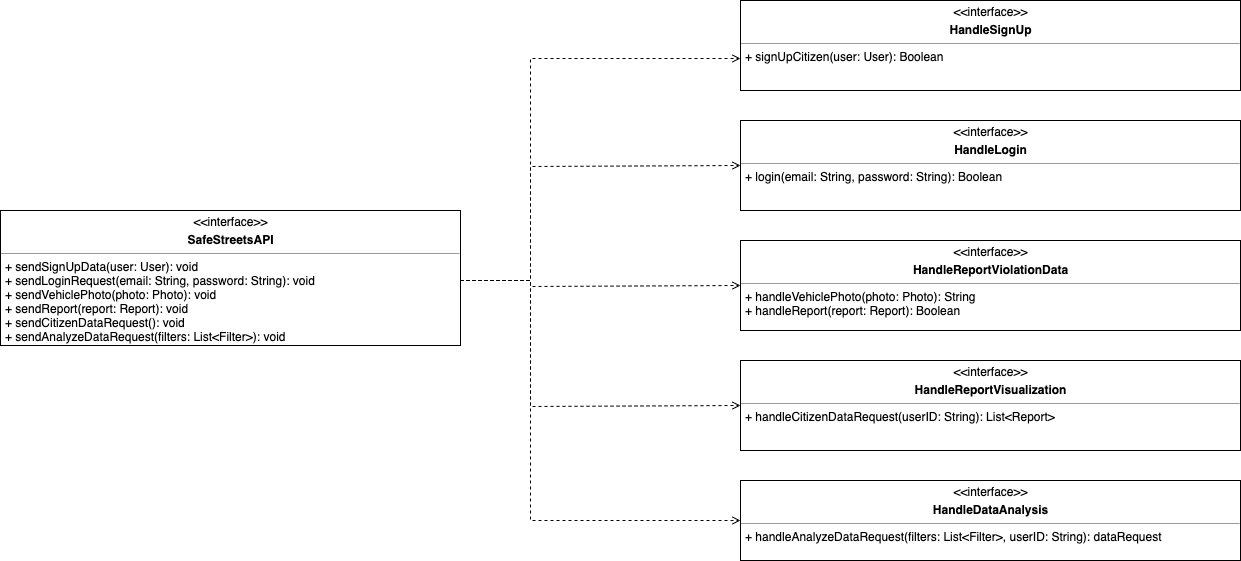
The draw.io diagram Documentation/DD/Images/CitizenComponentInterfaces.png in AndreaFalanti/FalantiHuang-SwEngineering2, before a commit. Source tidied: cells renumbered, new cells last; positions are measured from the earlier drawing's top-left corner, leaving out a move shared by most shapes.
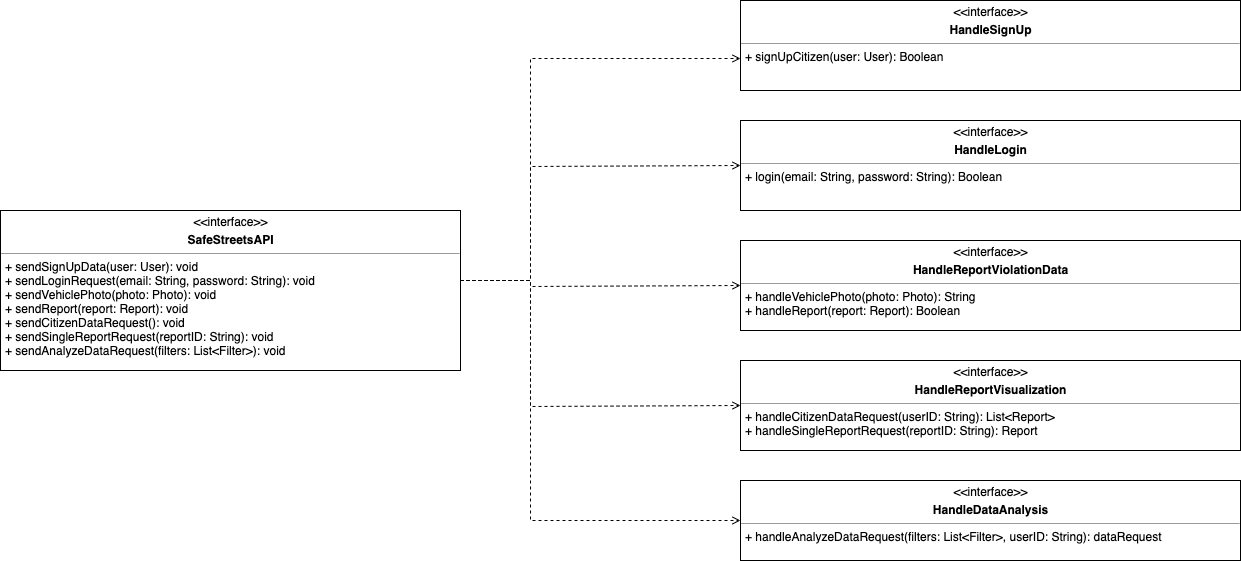
After the commit.

What changed in the source:
```diff
@@ -42,10 +42,10 @@
         </Array>
       </mxGeometry>
     </mxCell>
-    <mxCell id="7" value="&lt;p style=&quot;margin: 4px 0px 0px ; text-align: center&quot;&gt;&amp;lt;&amp;lt;interface&amp;gt;&amp;gt;&lt;/p&gt;&lt;p style=&quot;margin: 4px 0px 0px ; text-align: center&quot;&gt;&lt;b&gt;SafeStreetsAPI&lt;/b&gt;&lt;/p&gt;&lt;hr size=&quot;1&quot;&gt;&lt;p style=&quot;margin: 0px ; margin-left: 4px&quot;&gt;&lt;span&gt;+ sendSignUpData(user: User): void&lt;/span&gt;&lt;/p&gt;&lt;p style=&quot;margin: 0px ; margin-left: 4px&quot;&gt;&lt;span&gt;+ sendLoginRequest(email: String, password: String): void&lt;/span&gt;&lt;/p&gt;&lt;p style=&quot;margin: 0px ; margin-left: 4px&quot;&gt;&lt;span&gt;+ sendVehiclePhoto(photo: Photo): void&lt;/span&gt;&lt;/p&gt;&lt;p style=&quot;margin: 0px ; margin-left: 4px&quot;&gt;+ sendReport(report: Report): void&lt;/p&gt;&lt;p style=&quot;margin: 0px ; margin-left: 4px&quot;&gt;+ sendCitizenDataRequest(): void&lt;/p&gt;&lt;p style=&quot;margin: 0px ; margin-left: 4px&quot;&gt;+ sendAnalyzeDataRequest(filters: List&amp;lt;Filter&amp;gt;): void&lt;/p&gt;" style="verticalAlign=top;align=left;overflow=fill;fontSize=12;fontFamily=Helvetica;html=1;" parent="1" vertex="1">
-      <mxGeometry y="210" width="460" height="135" as="geometry" />
+    <mxCell id="7" value="&lt;p style=&quot;margin: 4px 0px 0px ; text-align: center&quot;&gt;&amp;lt;&amp;lt;interface&amp;gt;&amp;gt;&lt;/p&gt;&lt;p style=&quot;margin: 4px 0px 0px ; text-align: center&quot;&gt;&lt;b&gt;SafeStreetsAPI&lt;/b&gt;&lt;/p&gt;&lt;hr size=&quot;1&quot;&gt;&lt;p style=&quot;margin: 0px ; margin-left: 4px&quot;&gt;&lt;span&gt;+ sendSignUpData(user: User): void&lt;/span&gt;&lt;/p&gt;&lt;p style=&quot;margin: 0px ; margin-left: 4px&quot;&gt;&lt;span&gt;+ sendLoginRequest(email: String, password: String): void&lt;/span&gt;&lt;/p&gt;&lt;p style=&quot;margin: 0px ; margin-left: 4px&quot;&gt;&lt;span&gt;+ sendVehiclePhoto(photo: Photo): void&lt;/span&gt;&lt;/p&gt;&lt;p style=&quot;margin: 0px ; margin-left: 4px&quot;&gt;+ sendReport(report: Report): void&lt;/p&gt;&lt;p style=&quot;margin: 0px ; margin-left: 4px&quot;&gt;+ sendCitizenDataRequest(): void&lt;/p&gt;&lt;p style=&quot;margin: 0px 0px 0px 4px&quot;&gt;+ sendSingleReportRequest(reportID: String): void&lt;/p&gt;&lt;p style=&quot;margin: 0px ; margin-left: 4px&quot;&gt;+ sendAnalyzeDataRequest(filters: List&amp;lt;Filter&amp;gt;): void&lt;/p&gt;" style="verticalAlign=top;align=left;overflow=fill;fontSize=12;fontFamily=Helvetica;html=1;" parent="1" vertex="1">
+      <mxGeometry y="210" width="460" height="160" as="geometry" />
     </mxCell>
-    <mxCell id="8" value="&lt;p style=&quot;margin: 4px 0px 0px ; text-align: center&quot;&gt;&amp;lt;&amp;lt;interface&amp;gt;&amp;gt;&lt;/p&gt;&lt;p style=&quot;margin: 4px 0px 0px ; text-align: center&quot;&gt;&lt;b&gt;HandleReportVisualization&lt;/b&gt;&lt;/p&gt;&lt;hr size=&quot;1&quot;&gt;&lt;p style=&quot;margin: 0px ; margin-left: 4px&quot;&gt;&lt;span&gt;+ handleCitizenDataRequest(userID: String): List&amp;lt;Report&amp;gt;&lt;/span&gt;&lt;/p&gt;" style="verticalAlign=top;align=left;overflow=fill;fontSize=12;fontFamily=Helvetica;html=1;" parent="1" vertex="1">
+    <mxCell id="8" value="&lt;p style=&quot;margin: 4px 0px 0px ; text-align: center&quot;&gt;&amp;lt;&amp;lt;interface&amp;gt;&amp;gt;&lt;/p&gt;&lt;p style=&quot;margin: 4px 0px 0px ; text-align: center&quot;&gt;&lt;b&gt;HandleReportVisualization&lt;/b&gt;&lt;/p&gt;&lt;hr size=&quot;1&quot;&gt;&lt;p style=&quot;margin: 0px ; margin-left: 4px&quot;&gt;&lt;span&gt;+ handleCitizenDataRequest(userID: String): List&amp;lt;Report&amp;gt;&lt;/span&gt;&lt;/p&gt;&lt;p style=&quot;margin: 0px ; margin-left: 4px&quot;&gt;+ handleSingleReportRequest(reportID: String): Report&lt;span&gt;&lt;br&gt;&lt;/span&gt;&lt;/p&gt;" style="verticalAlign=top;align=left;overflow=fill;fontSize=12;fontFamily=Helvetica;html=1;" parent="1" vertex="1">
       <mxGeometry x="740" y="360" width="500" height="90" as="geometry" />
     </mxCell>
     <mxCell id="9" value="&lt;p style=&quot;margin: 4px 0px 0px ; text-align: center&quot;&gt;&amp;lt;&amp;lt;interface&amp;gt;&amp;gt;&lt;/p&gt;&lt;p style=&quot;margin: 4px 0px 0px ; text-align: center&quot;&gt;&lt;b&gt;HandleDataAnalysis&lt;/b&gt;&lt;/p&gt;&lt;hr size=&quot;1&quot;&gt;&lt;p style=&quot;margin: 0px 0px 0px 4px&quot;&gt;+ handleAnalyzeDataRequest(filters: List&amp;lt;Filter&amp;gt;, userID: String): dataRequest&lt;/p&gt;&lt;p style=&quot;margin: 0px ; margin-left: 4px&quot;&gt;&lt;br&gt;&lt;/p&gt;" style="verticalAlign=top;align=left;overflow=fill;fontSize=12;fontFamily=Helvetica;html=1;" parent="1" vertex="1">
```
